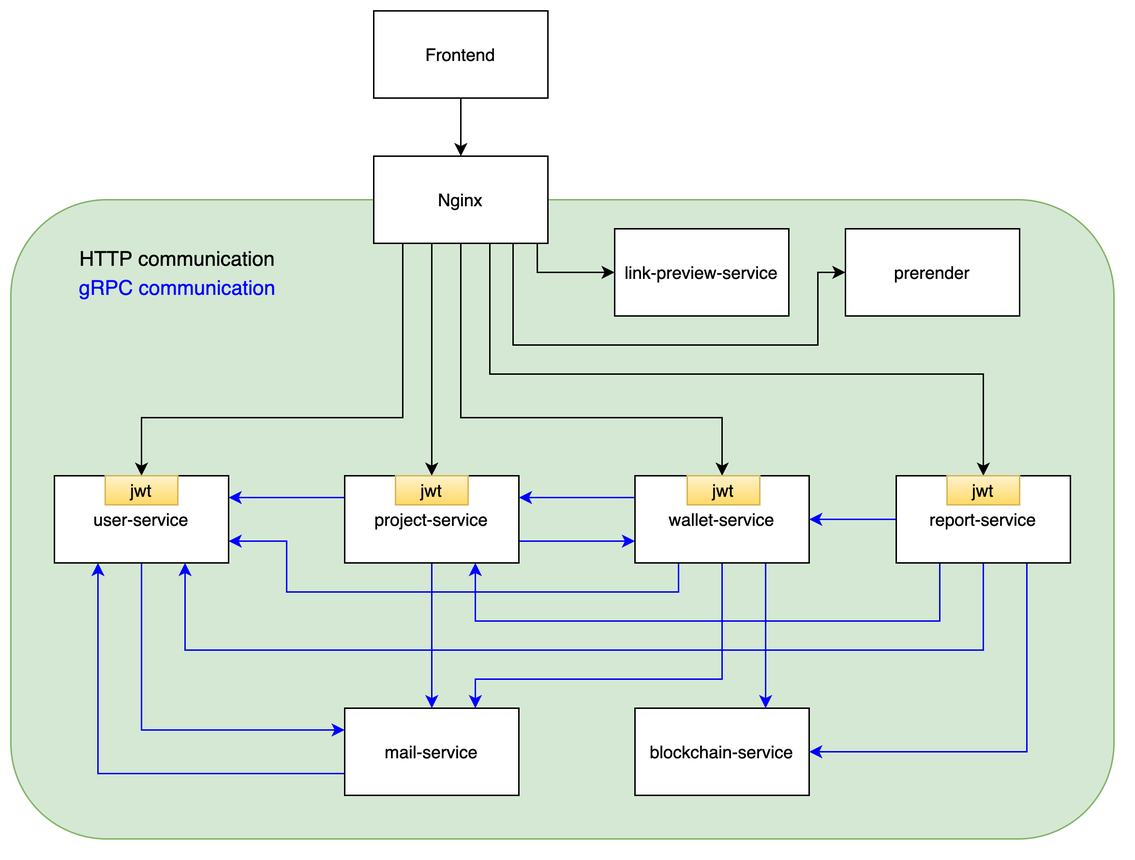
Earlier version of the draw.io export crowdfunding-backend-architecture.png (AMPnet/ampnet-docs). Source tidied: cells renumbered, new cells last; positions are measured from the earlier drawing's top-left corner, leaving out a move shared by most shapes.
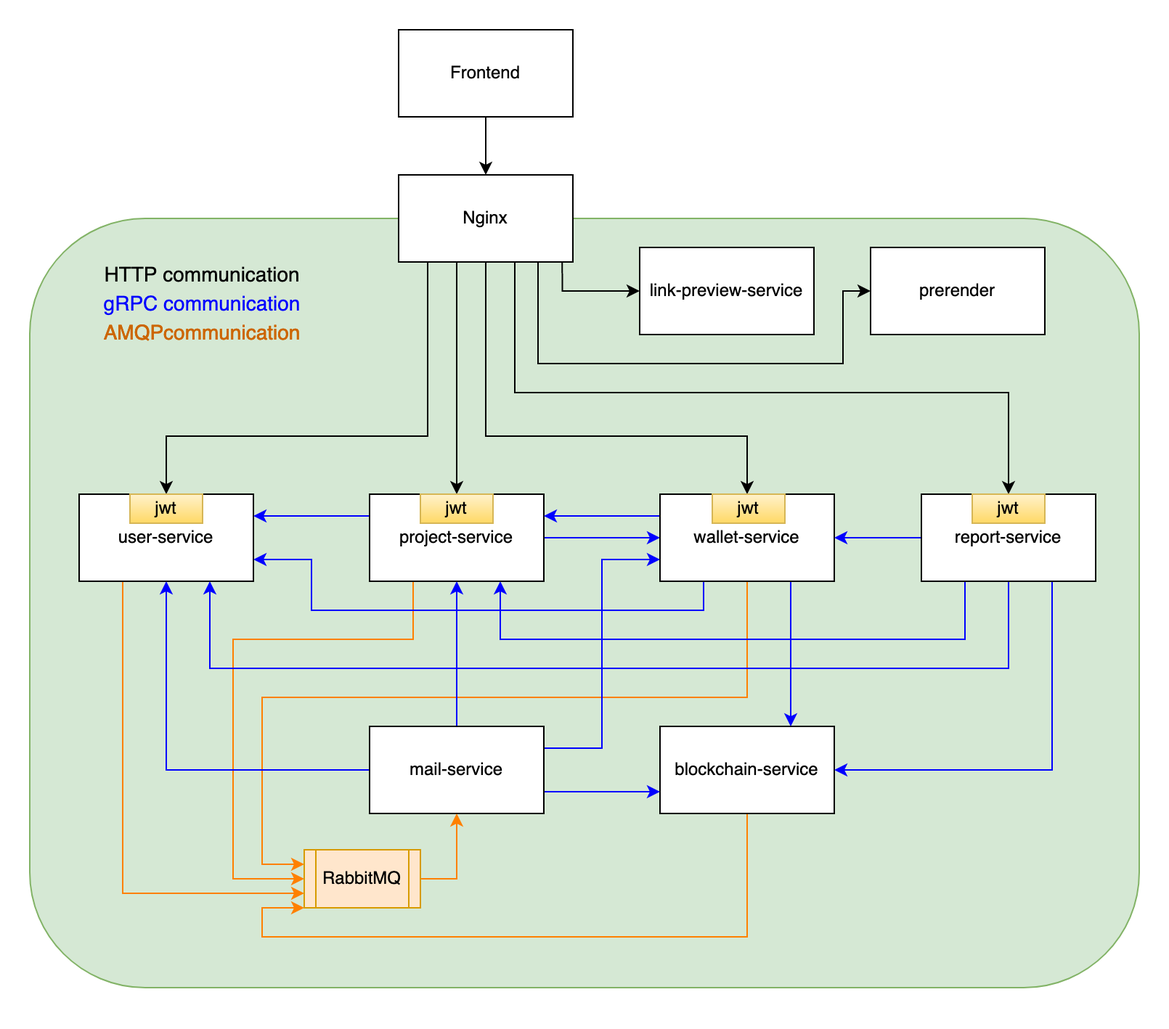
After the commit.

Diff of the diagram source:
```diff
@@ -2,22 +2,28 @@
   <root>
     <mxCell id="0" />
     <mxCell id="1" parent="0" />
-    <mxCell id="2" style="rounded=1;whiteSpace=wrap;html=1;fillColor=#d5e8d4;strokeColor=#82b366;" parent="1" vertex="1">
-      <mxGeometry y="130" width="760" height="440" as="geometry" />
-    </mxCell>
-    <mxCell id="3" style="edgeStyle=orthogonalEdgeStyle;rounded=0;jettySize=auto;html=1;exitX=0.5;exitY=1;exitDx=0;exitDy=0;entryX=0;entryY=0.25;entryDx=0;entryDy=0;fillColor=#0050ef;strokeColor=#0000FF;" parent="1" edge="1" source="4" target="16">
-      <mxGeometry relative="1" as="geometry" />
-    </mxCell>
+    <mxCell id="39" style="rounded=1;whiteSpace=wrap;html=1;fillColor=#d5e8d4;strokeColor=#82b366;" parent="1" vertex="1">
+      <mxGeometry x="-4" y="130" width="764" height="530" as="geometry" />
+    </mxCell>
+    <mxCell id="40" style="edgeStyle=orthogonalEdgeStyle;rounded=0;jettySize=auto;html=1;exitX=0.25;exitY=1;exitDx=0;exitDy=0;entryX=0;entryY=0.75;entryDx=0;entryDy=0;fontColor=#CC6500;fillColor=#ffe6cc;strokeColor=#FF8000;" parent="1" edge="1" source="4" target="49">
+      <mxGeometry relative="1" as="geometry" />
+    </mxCell>
     <mxCell id="4" value="user-service" style="rounded=0;whiteSpace=wrap;html=1;" parent="1" vertex="1">
       <mxGeometry x="30" y="320" width="120" height="60" as="geometry" />
     </mxCell>
-    <mxCell id="5" style="edgeStyle=orthogonalEdgeStyle;rounded=0;jettySize=auto;html=1;exitX=0.5;exitY=1;exitDx=0;exitDy=0;fillColor=#0050ef;strokeColor=#0000FF;" parent="1" edge="1" source="8" target="16">
-      <mxGeometry relative="1" as="geometry" />
-    </mxCell>
     <mxCell id="6" style="edgeStyle=orthogonalEdgeStyle;rounded=0;jettySize=auto;html=1;exitX=0;exitY=0.25;exitDx=0;exitDy=0;strokeColor=#0000FF;entryX=1;entryY=0.25;entryDx=0;entryDy=0;" parent="1" edge="1" source="8" target="4">
       <mxGeometry relative="1" as="geometry" />
     </mxCell>
+    <mxCell id="41" style="edgeStyle=orthogonalEdgeStyle;rounded=0;jettySize=auto;html=1;exitX=0.25;exitY=1;exitDx=0;exitDy=0;entryX=0;entryY=0.5;entryDx=0;entryDy=0;strokeColor=#FF8000;fontColor=#CC6500;" parent="1" edge="1" source="8" target="49">
+      <mxGeometry relative="1" as="geometry">
+        <Array as="points">
+          <mxPoint x="260" y="420" />
+          <mxPoint x="136" y="420" />
+          <mxPoint x="136" y="585" />
+        </Array>
+      </mxGeometry>
+    </mxCell>
-    <mxCell id="7" style="edgeStyle=orthogonalEdgeStyle;rounded=0;jettySize=auto;html=1;exitX=1;exitY=0.75;exitDx=0;exitDy=0;entryX=0;entryY=0.75;entryDx=0;entryDy=0;strokeColor=#0000FF;" parent="1" edge="1" source="8" target="13">
+    <mxCell id="7" style="edgeStyle=orthogonalEdgeStyle;rounded=0;jettySize=auto;html=1;exitX=1;exitY=0.5;exitDx=0;exitDy=0;strokeColor=#0000FF;fontColor=#CC6500;" parent="1" edge="1" source="8" target="13">
       <mxGeometry relative="1" as="geometry" />
     </mxCell>
     <mxCell id="8" value="project-service" style="rounded=0;whiteSpace=wrap;html=1;" parent="1" vertex="1">
@@ -29,14 +35,15 @@
     <mxCell id="10" style="edgeStyle=orthogonalEdgeStyle;rounded=0;jettySize=auto;html=1;exitX=0;exitY=0.25;exitDx=0;exitDy=0;entryX=1;entryY=0.25;entryDx=0;entryDy=0;fillColor=#0050ef;strokeColor=#0000FF;" parent="1" edge="1" source="13" target="8">
       <mxGeometry relative="1" as="geometry" />
     </mxCell>
-    <mxCell id="11" style="edgeStyle=orthogonalEdgeStyle;rounded=0;jettySize=auto;html=1;exitX=0.5;exitY=1;exitDx=0;exitDy=0;entryX=0.75;entryY=0;entryDx=0;entryDy=0;fillColor=#1A1A1A;strokeColor=#0000FF;" parent="1" edge="1" source="13" target="16">
-      <mxGeometry relative="1" as="geometry">
-        <Array as="points">
-          <mxPoint x="490" y="460" />
-          <mxPoint x="320" y="460" />
-        </Array>
-      </mxGeometry>
-    </mxCell>
+    <mxCell id="42" style="edgeStyle=orthogonalEdgeStyle;rounded=0;jettySize=auto;html=1;exitX=0.5;exitY=1;exitDx=0;exitDy=0;entryX=0;entryY=0.25;entryDx=0;entryDy=0;fillColor=#1A1A1A;strokeColor=#FF8000;" parent="1" edge="1" source="13" target="49">
+      <mxGeometry relative="1" as="geometry">
+        <Array as="points">
+          <mxPoint x="490" y="460" />
+          <mxPoint x="156" y="460" />
+          <mxPoint x="156" y="575" />
+        </Array>
+      </mxGeometry>
+    </mxCell>
     <mxCell id="12" style="edgeStyle=orthogonalEdgeStyle;rounded=0;jettySize=auto;html=1;exitX=0.25;exitY=1;exitDx=0;exitDy=0;entryX=1;entryY=0.75;entryDx=0;entryDy=0;strokeColor=#0000FF;fillColor=#1A1A1A;" parent="1" edge="1" source="13" target="4">
       <mxGeometry relative="1" as="geometry">
         <Array as="points">
@@ -49,12 +56,30 @@
     <mxCell id="13" value="wallet-service" style="rounded=0;whiteSpace=wrap;html=1;" parent="1" vertex="1">
       <mxGeometry x="430" y="320" width="120" height="60" as="geometry" />
     </mxCell>
+    <mxCell id="43" style="edgeStyle=orthogonalEdgeStyle;rounded=0;jettySize=auto;html=1;exitX=0.5;exitY=1;exitDx=0;exitDy=0;entryX=0;entryY=1;entryDx=0;entryDy=0;strokeColor=#FF8000;fontColor=#CC6500;" parent="1" edge="1" source="14" target="49">
+      <mxGeometry relative="1" as="geometry">
+        <Array as="points">
+          <mxPoint x="490" y="625" />
+          <mxPoint x="156" y="625" />
+          <mxPoint x="156" y="605" />
+        </Array>
+      </mxGeometry>
+    </mxCell>
     <mxCell id="14" value="blockchain-service" style="rounded=0;whiteSpace=wrap;html=1;" parent="1" vertex="1">
       <mxGeometry x="430" y="480" width="120" height="60" as="geometry" />
     </mxCell>
-    <mxCell id="15" style="edgeStyle=orthogonalEdgeStyle;rounded=0;jettySize=auto;html=1;exitX=0;exitY=0.75;exitDx=0;exitDy=0;entryX=0.25;entryY=1;entryDx=0;entryDy=0;strokeColor=#0000FF;" parent="1" edge="1" source="16" target="4">
+    <mxCell id="15" style="edgeStyle=orthogonalEdgeStyle;rounded=0;jettySize=auto;html=1;exitX=0;exitY=0.5;exitDx=0;exitDy=0;entryX=0.5;entryY=1;entryDx=0;entryDy=0;strokeColor=#0000FF;" parent="1" edge="1" source="16" target="4">
       <mxGeometry relative="1" as="geometry" />
     </mxCell>
+    <mxCell id="44" style="edgeStyle=orthogonalEdgeStyle;rounded=0;jettySize=auto;html=1;exitX=0.5;exitY=0;exitDx=0;exitDy=0;entryX=0.5;entryY=1;entryDx=0;entryDy=0;fontColor=#CC6500;strokeColor=#0000FF;" parent="1" edge="1" source="16" target="8">
+      <mxGeometry relative="1" as="geometry" />
+    </mxCell>
+    <mxCell id="45" style="edgeStyle=orthogonalEdgeStyle;rounded=0;jettySize=auto;html=1;exitX=1;exitY=0.25;exitDx=0;exitDy=0;entryX=0;entryY=0.75;entryDx=0;entryDy=0;strokeColor=#0000FF;fontColor=#CC6500;" parent="1" edge="1" source="16" target="13">
+      <mxGeometry relative="1" as="geometry" />
+    </mxCell>
+    <mxCell id="46" style="edgeStyle=orthogonalEdgeStyle;rounded=0;jettySize=auto;html=1;exitX=1;exitY=0.75;exitDx=0;exitDy=0;entryX=0;entryY=0.75;entryDx=0;entryDy=0;strokeColor=#0000FF;fontColor=#CC6500;" parent="1" edge="1" source="16" target="14">
+      <mxGeometry relative="1" as="geometry" />
+    </mxCell>
     <mxCell id="16" value="mail-service" style="rounded=0;whiteSpace=wrap;html=1;" parent="1" vertex="1">
       <mxGeometry x="230" y="480" width="120" height="60" as="geometry" />
     </mxCell>
@@ -170,5 +195,17 @@
     <mxCell id="38" value="prerender" style="rounded=0;whiteSpace=wrap;html=1;" parent="1" vertex="1">
       <mxGeometry x="575" y="150" width="120" height="60" as="geometry" />
     </mxCell>
+    <mxCell id="47" style="edgeStyle=orthogonalEdgeStyle;rounded=0;orthogonalLoop=1;jettySize=auto;html=1;exitX=0.5;exitY=1;exitDx=0;exitDy=0;" parent="1" edge="1" source="39" target="39">
+      <mxGeometry relative="1" as="geometry" />
+    </mxCell>
+    <mxCell id="48" style="edgeStyle=orthogonalEdgeStyle;rounded=0;jettySize=auto;html=1;exitX=1;exitY=0.5;exitDx=0;exitDy=0;entryX=0.5;entryY=1;entryDx=0;entryDy=0;strokeColor=#FF8000;fontColor=#CC6500;" parent="1" edge="1" source="49" target="16">
+      <mxGeometry relative="1" as="geometry" />
+    </mxCell>
+    <mxCell id="49" value="RabbitMQ" style="shape=process;whiteSpace=wrap;html=1;backgroundOutline=1;fillColor=#ffe6cc;strokeColor=#d79b00;" parent="1" vertex="1">
+      <mxGeometry x="185" y="565" width="80" height="40" as="geometry" />
+    </mxCell>
+    <mxCell id="50" value="&lt;font&gt;AMQP&lt;/font&gt;communication" style="text;html=1;strokeColor=none;fillColor=none;align=center;verticalAlign=middle;whiteSpace=wrap;rounded=0;fontSize=14;fontColor=#CC6500;" parent="1" vertex="1">
+      <mxGeometry x="40" y="200" width="150" height="20" as="geometry" />
+    </mxCell>
   </root>
 </mxGraphModel>
```
